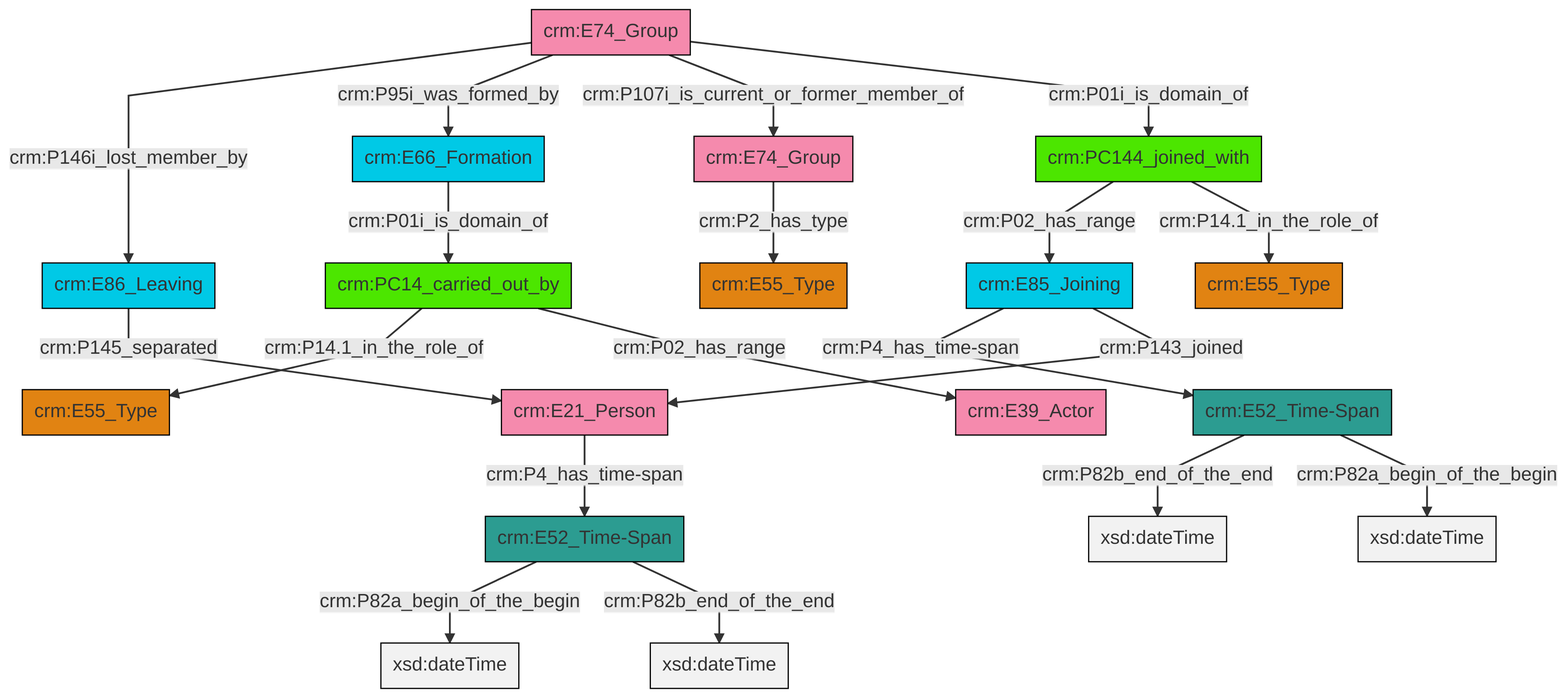
Before: et/groupCSV/ttl/mmd/png/group_actor_relations.png, a diagram exported from Mermaid (swiss-art-research-net/docs.swissartresearch). Its source is kept beside it as et/groupCSV/ttl/mmd/group_actor_relations.ttl.mmd.
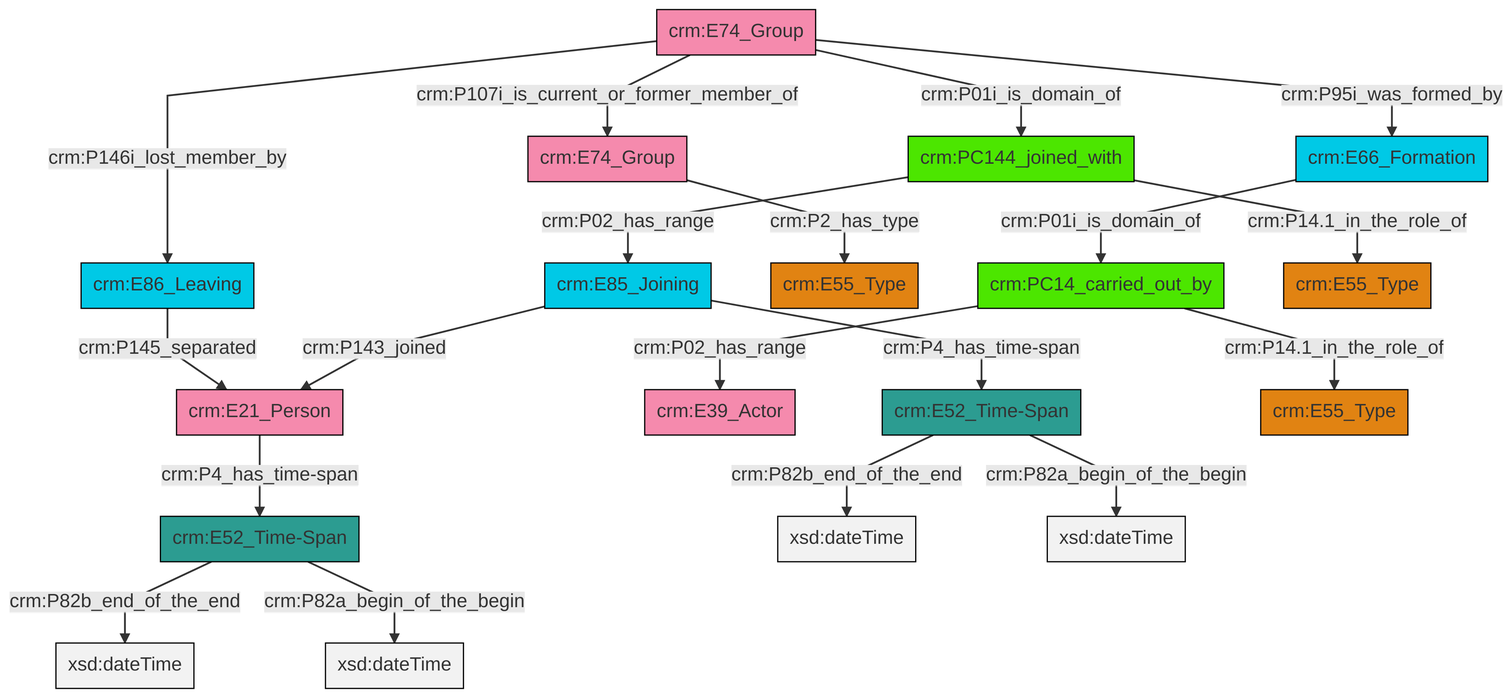
Above is the later version.

The edit, as a diff of the source:
```diff
@@ -13,21 +13,21 @@
 classDef PC_Classes fill:#4ce600, stroke:#000000;
 classDef Multi fill:#cccccc,stroke:#000000;
 
-2["crm:E85_Joining"]:::Temporal_Entity -->|crm:P4_has_time-span| 3["crm:E52_Time-Span"]:::Time-Span
-4["crm:PC14_carried_out_by"]:::PC_Classes -->|crm:P14.1_in_the_role_of| 5["crm:E55_Type"]:::Type
-8["crm:E74_Group"]:::Actor -->|crm:P146i_lost_member_by| 9["crm:E86_Leaving"]:::Temporal_Entity
-8["crm:E74_Group"]:::Actor -->|crm:P95i_was_formed_by| 0["crm:E66_Formation"]:::Temporal_Entity
-9["crm:E86_Leaving"]:::Temporal_Entity -->|crm:P145_separated| 12["crm:E21_Person"]:::Actor
-3["crm:E52_Time-Span"]:::Time-Span -->|crm:P82b_end_of_the_end| 13[xsd:dateTime]:::Literal
-2["crm:E85_Joining"]:::Temporal_Entity -->|crm:P143_joined| 12["crm:E21_Person"]:::Actor
-0["crm:E66_Formation"]:::Temporal_Entity -->|crm:P01i_is_domain_of| 4["crm:PC14_carried_out_by"]:::PC_Classes
-3["crm:E52_Time-Span"]:::Time-Span -->|crm:P82a_begin_of_the_begin| 18[xsd:dateTime]:::Literal
-8["crm:E74_Group"]:::Actor -->|crm:P107i_is_current_or_former_member_of| 24["crm:E74_Group"]:::Actor
-24["crm:E74_Group"]:::Actor -->|crm:P2_has_type| 16["crm:E55_Type"]:::Type
-31["crm:PC144_joined_with"]:::PC_Classes -->|crm:P02_has_range| 2["crm:E85_Joining"]:::Temporal_Entity
-12["crm:E21_Person"]:::Actor -->|crm:P4_has_time-span| 21["crm:E52_Time-Span"]:::Time-Span
-21["crm:E52_Time-Span"]:::Time-Span -->|crm:P82a_begin_of_the_begin| 32[xsd:dateTime]:::Literal
-8["crm:E74_Group"]:::Actor -->|crm:P01i_is_domain_of| 31["crm:PC144_joined_with"]:::PC_Classes
-21["crm:E52_Time-Span"]:::Time-Span -->|crm:P82b_end_of_the_end| 34[xsd:dateTime]:::Literal
-31["crm:PC144_joined_with"]:::PC_Classes -->|crm:P14.1_in_the_role_of| 27["crm:E55_Type"]:::Type
-4["crm:PC14_carried_out_by"]:::PC_Classes -->|crm:P02_has_range| 19["crm:E39_Actor"]:::Actor
+0["crm:E85_Joining"]:::Temporal_Entity -->|crm:P4_has_time-span| 1["crm:E52_Time-Span"]:::Time-Span
+4["crm:PC14_carried_out_by"]:::PC_Classes -->|crm:P02_has_range| 5["crm:E39_Actor"]:::Actor
+10["crm:E86_Leaving"]:::Temporal_Entity -->|crm:P145_separated| 11["crm:E21_Person"]:::Actor
+2["crm:E52_Time-Span"]:::Time-Span -->|crm:P82b_end_of_the_end| 12[xsd:dateTime]:::Literal
+1["crm:E52_Time-Span"]:::Time-Span -->|crm:P82b_end_of_the_end| 13[xsd:dateTime]:::Literal
+16["crm:E74_Group"]:::Actor -->|crm:P2_has_type| 8["crm:E55_Type"]:::Type
+20["crm:E66_Formation"]:::Temporal_Entity -->|crm:P01i_is_domain_of| 4["crm:PC14_carried_out_by"]:::PC_Classes
+2["crm:E52_Time-Span"]:::Time-Span -->|crm:P82a_begin_of_the_begin| 21[xsd:dateTime]:::Literal
+4["crm:PC14_carried_out_by"]:::PC_Classes -->|crm:P14.1_in_the_role_of| 17["crm:E55_Type"]:::Type
+0["crm:E85_Joining"]:::Temporal_Entity -->|crm:P143_joined| 11["crm:E21_Person"]:::Actor
+24["crm:PC144_joined_with"]:::PC_Classes -->|crm:P02_has_range| 0["crm:E85_Joining"]:::Temporal_Entity
+6["crm:E74_Group"]:::Actor -->|crm:P146i_lost_member_by| 10["crm:E86_Leaving"]:::Temporal_Entity
+24["crm:PC144_joined_with"]:::PC_Classes -->|crm:P14.1_in_the_role_of| 27["crm:E55_Type"]:::Type
+6["crm:E74_Group"]:::Actor -->|crm:P107i_is_current_or_former_member_of| 16["crm:E74_Group"]:::Actor
+11["crm:E21_Person"]:::Actor -->|crm:P4_has_time-span| 2["crm:E52_Time-Span"]:::Time-Span
+6["crm:E74_Group"]:::Actor -->|crm:P95i_was_formed_by| 20["crm:E66_Formation"]:::Temporal_Entity
+1["crm:E52_Time-Span"]:::Time-Span -->|crm:P82a_begin_of_the_begin| 33[xsd:dateTime]:::Literal
+6["crm:E74_Group"]:::Actor -->|crm:P01i_is_domain_of| 24["crm:PC144_joined_with"]:::PC_Classes
```
